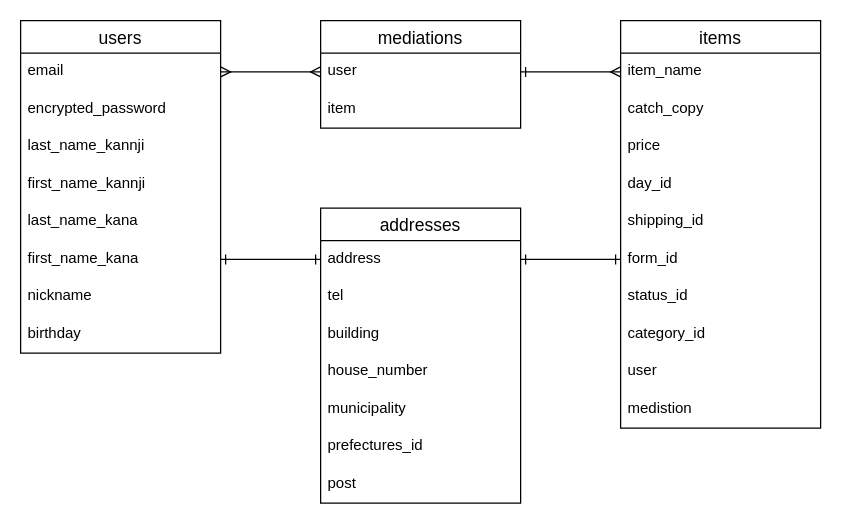
Before: table.dio in noriarare/furima-32869, a draw.io diagram. Source tidied: cells renumbered, new cells numbered last; positions are measured from the earlier drawing's top-left corner, leaving out a move shared by most shapes. Both pictures are drawn from the tidied source at 125%, with x=0, y=0 at pixel (20, 20).
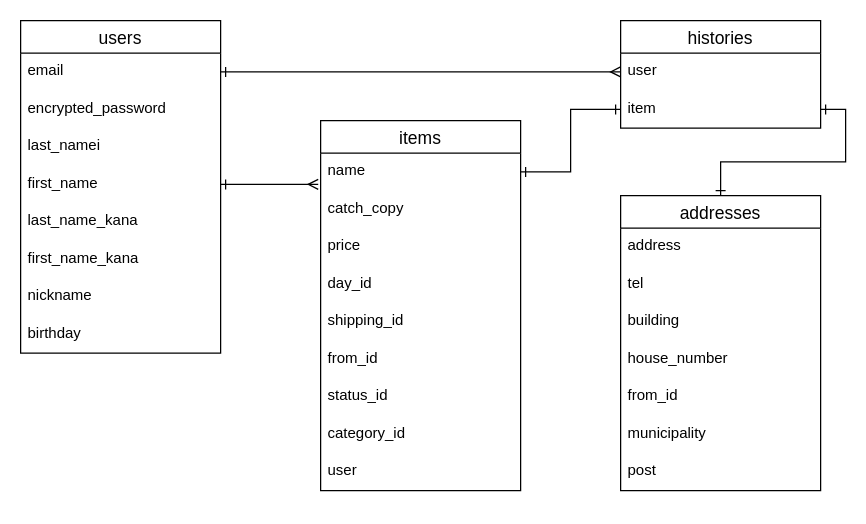
The same page after the edit.

Unchanged cells that the change refers to:
```xml
<mxCell id="2" value="users" style="swimlane;fontStyle=0;horizontal=1;startSize=26;align=center;fontSize=14;" parent="1" vertex="1">
  <mxGeometry width="160" height="266" as="geometry" />
</mxCell>
<mxCell id="3" value="email" style="text;strokeColor=none;fillColor=none;spacingLeft=4;spacingRight=4;overflow=hidden;points=[[0,0.5],[1,0.5]];portConstraint=eastwest;fontSize=12;" parent="2" vertex="1">
  <mxGeometry y="26" width="160" height="30" as="geometry" />
</mxCell>
<mxCell id="8" value="first_name_kana" style="text;strokeColor=none;fillColor=none;spacingLeft=4;spacingRight=4;overflow=hidden;points=[[0,0.5],[1,0.5]];portConstraint=eastwest;fontSize=12;" parent="2" vertex="1">
  <mxGeometry y="176" width="160" height="30" as="geometry" />
</mxCell>
<mxCell id="12" value="user" style="text;strokeColor=none;fillColor=none;spacingLeft=4;spacingRight=4;overflow=hidden;points=[[0,0.5],[1,0.5]];portConstraint=eastwest;fontSize=12;" parent="11" vertex="1">
  <mxGeometry y="26" width="160" height="30" as="geometry" />
</mxCell>
<mxCell id="13" value="item" style="text;strokeColor=none;fillColor=none;spacingLeft=4;spacingRight=4;overflow=hidden;points=[[0,0.5],[1,0.5]];portConstraint=eastwest;fontSize=12;" parent="11" vertex="1">
  <mxGeometry y="56" width="160" height="30" as="geometry" />
</mxCell>
<mxCell id="28" value="address" style="text;strokeColor=none;fillColor=none;spacingLeft=4;spacingRight=4;overflow=hidden;points=[[0,0.5],[1,0.5]];portConstraint=eastwest;fontSize=12;" parent="27" vertex="1">
  <mxGeometry y="26" width="160" height="30" as="geometry" />
</mxCell>
```

The edit, as a diff of the source:
```diff
@@
-    <mxCell id="5" value="last_name_kannji" style="text;strokeColor=none;fillColor=none;spacingLeft=4;spacingRight=4;overflow=hidden;fontSize=12;" parent="2" vertex="1">
+    <mxCell id="5" value="last_namei" style="text;strokeColor=none;fillColor=none;spacingLeft=4;spacingRight=4;overflow=hidden;fontSize=12;" parent="2" vertex="1">
       <mxGeometry y="86" width="160" height="30" as="geometry" />
     </mxCell>
-    <mxCell id="6" value="first_name_kannji" style="text;strokeColor=none;fillColor=none;spacingLeft=4;spacingRight=4;overflow=hidden;points=[[0,0.5],[1,0.5]];portConstraint=eastwest;fontSize=12;" parent="2" vertex="1">
+    <mxCell id="6" value="first_name" style="text;strokeColor=none;fillColor=none;spacingLeft=4;spacingRight=4;overflow=hidden;points=[[0,0.5],[1,0.5]];portConstraint=eastwest;fontSize=12;" parent="2" vertex="1">
       <mxGeometry y="116" width="160" height="30" as="geometry" />
     </mxCell>
@@
-    <mxCell id="11" value="mediations" style="swimlane;fontStyle=0;horizontal=1;startSize=26;align=center;fontSize=14;" parent="1" vertex="1">
-      <mxGeometry x="240" width="160" height="86" as="geometry" />
+    <mxCell id="11" value="histories" style="swimlane;fontStyle=0;horizontal=1;startSize=26;align=center;fontSize=14;" parent="1" vertex="1">
+      <mxGeometry x="480" width="160" height="86" as="geometry" />
     </mxCell>
@@
     <mxCell id="14" value="items" style="swimlane;fontStyle=0;horizontal=1;startSize=26;align=center;fontSize=14;" parent="1" vertex="1">
-      <mxGeometry x="480" width="160" height="326" as="geometry" />
+      <mxGeometry x="240" y="80" width="160" height="296" as="geometry" />
     </mxCell>
-    <mxCell id="15" value="item_name" style="text;strokeColor=none;fillColor=none;spacingLeft=4;spacingRight=4;overflow=hidden;points=[[0,0.5],[1,0.5]];portConstraint=eastwest;fontSize=12;" parent="14" vertex="1">
+    <mxCell id="15" value="name" style="text;strokeColor=none;fillColor=none;spacingLeft=4;spacingRight=4;overflow=hidden;points=[[0,0.5],[1,0.5]];portConstraint=eastwest;fontSize=12;" parent="14" vertex="1">
       <mxGeometry y="26" width="160" height="30" as="geometry" />
     </mxCell>
@@
-    <mxCell id="20" value="form_id" style="text;strokeColor=none;fillColor=none;spacingLeft=4;spacingRight=4;overflow=hidden;points=[[0,0.5],[1,0.5]];portConstraint=eastwest;fontSize=12;" parent="14" vertex="1">
+    <mxCell id="20" value="from_id" style="text;strokeColor=none;fillColor=none;spacingLeft=4;spacingRight=4;overflow=hidden;points=[[0,0.5],[1,0.5]];portConstraint=eastwest;fontSize=12;" parent="14" vertex="1">
       <mxGeometry y="176" width="160" height="30" as="geometry" />
     </mxCell>
@@
-    <mxCell id="24" value="medistion" style="text;strokeColor=none;fillColor=none;spacingLeft=4;spacingRight=4;overflow=hidden;fontSize=12;" parent="14" vertex="1">
-      <mxGeometry y="296" width="160" height="30" as="geometry" />
-    </mxCell>
-    <mxCell id="25" style="edgeStyle=orthogonalEdgeStyle;rounded=0;jettySize=auto;html=1;exitX=1;exitY=0.5;exitDx=0;exitDy=0;entryX=0;entryY=0.5;entryDx=0;entryDy=0;startArrow=ERmany;startFill=0;endArrow=ERmany;endFill=0;" parent="1" edge="1" source="3" target="12">
-      <mxGeometry relative="1" as="geometry" />
-    </mxCell>
-    <mxCell id="26" style="edgeStyle=orthogonalEdgeStyle;rounded=0;jettySize=auto;html=1;exitX=1;exitY=0.5;exitDx=0;exitDy=0;entryX=0;entryY=0.5;entryDx=0;entryDy=0;startArrow=ERone;startFill=0;endArrow=ERmany;endFill=0;" parent="1" edge="1" source="12" target="15">
-      <mxGeometry relative="1" as="geometry" />
-    </mxCell>
+    <mxCell id="37" style="edgeStyle=orthogonalEdgeStyle;rounded=0;jettySize=auto;html=1;exitX=0.5;exitY=0;exitDx=0;exitDy=0;entryX=1;entryY=0.5;entryDx=0;entryDy=0;startArrow=ERone;startFill=0;endArrow=ERone;endFill=0;" parent="1" edge="1" source="27" target="13">
+      <mxGeometry relative="1" as="geometry" />
+    </mxCell>
     <mxCell id="27" value="addresses" style="swimlane;fontStyle=0;horizontal=1;startSize=26;align=center;fontSize=14;" parent="1" vertex="1">
-      <mxGeometry x="240" y="150" width="160" height="236" as="geometry" />
+      <mxGeometry x="480" y="140" width="160" height="236" as="geometry" />
     </mxCell>
@@
-    <mxCell id="32" value="municipality" style="text;strokeColor=none;fillColor=none;spacingLeft=4;spacingRight=4;overflow=hidden;fontSize=12;" parent="27" vertex="1">
+    <mxCell id="32" value="from_id" style="text;strokeColor=none;fillColor=none;spacingLeft=4;spacingRight=4;overflow=hidden;fontSize=12;" parent="27" vertex="1">
       <mxGeometry y="146" width="160" height="30" as="geometry" />
     </mxCell>
-    <mxCell id="33" value="prefectures_id" style="text;strokeColor=none;fillColor=none;spacingLeft=4;spacingRight=4;overflow=hidden;fontSize=12;" parent="27" vertex="1">
+    <mxCell id="33" value="municipality" style="text;strokeColor=none;fillColor=none;spacingLeft=4;spacingRight=4;overflow=hidden;fontSize=12;" parent="27" vertex="1">
       <mxGeometry y="176" width="160" height="30" as="geometry" />
     </mxCell>
@@
-    <mxCell id="35" style="edgeStyle=orthogonalEdgeStyle;rounded=0;jettySize=auto;html=1;exitX=1;exitY=0.5;exitDx=0;exitDy=0;entryX=0;entryY=0.5;entryDx=0;entryDy=0;startArrow=ERone;startFill=0;endArrow=ERone;endFill=0;" parent="1" edge="1" source="8" target="28">
-      <mxGeometry relative="1" as="geometry" />
-    </mxCell>
-    <mxCell id="36" style="edgeStyle=orthogonalEdgeStyle;rounded=0;jettySize=auto;html=1;exitX=1;exitY=0.5;exitDx=0;exitDy=0;entryX=0;entryY=0.5;entryDx=0;entryDy=0;startArrow=ERone;startFill=0;endArrow=ERone;endFill=0;" parent="1" edge="1" source="28" target="20">
-      <mxGeometry relative="1" as="geometry" />
-    </mxCell>
+    <mxCell id="25" style="edgeStyle=orthogonalEdgeStyle;rounded=0;jettySize=auto;html=1;exitX=1;exitY=0.5;exitDx=0;exitDy=0;entryX=0;entryY=0.5;entryDx=0;entryDy=0;startArrow=ERone;startFill=0;endArrow=ERmany;endFill=0;" parent="1" edge="1" source="3" target="12">
+      <mxGeometry relative="1" as="geometry" />
+    </mxCell>
+    <mxCell id="38" style="edgeStyle=orthogonalEdgeStyle;rounded=0;jettySize=auto;html=1;exitX=1;exitY=0.5;exitDx=0;exitDy=0;entryX=-0.012;entryY=0.833;entryDx=0;entryDy=0;entryPerimeter=0;startArrow=ERone;startFill=0;endArrow=ERmany;endFill=0;" parent="1" edge="1" source="6" target="15">
+      <mxGeometry relative="1" as="geometry" />
+    </mxCell>
+    <mxCell id="39" style="edgeStyle=orthogonalEdgeStyle;rounded=0;jettySize=auto;html=1;exitX=1;exitY=0.5;exitDx=0;exitDy=0;entryX=0;entryY=0.5;entryDx=0;entryDy=0;startArrow=ERone;startFill=0;endArrow=ERone;endFill=0;" parent="1" edge="1" source="15" target="13">
+      <mxGeometry relative="1" as="geometry" />
+    </mxCell>
```
